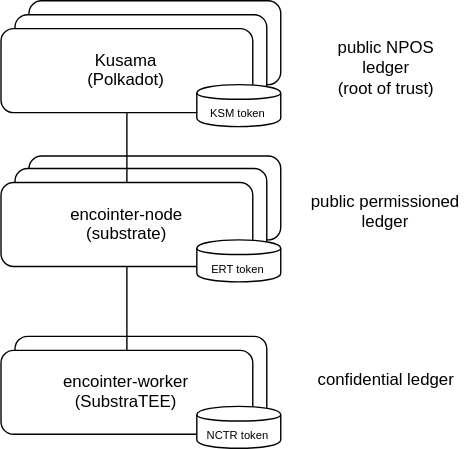
Above: doc/Cantillon-Testnet-Overview.svg in scs/substraTEE-node-pre2.0.0 (draw.io), before the change. Source tidied: cells renumbered, new cells last; positions are measured from the earlier drawing's top-left corner, leaving out a move shared by most shapes.
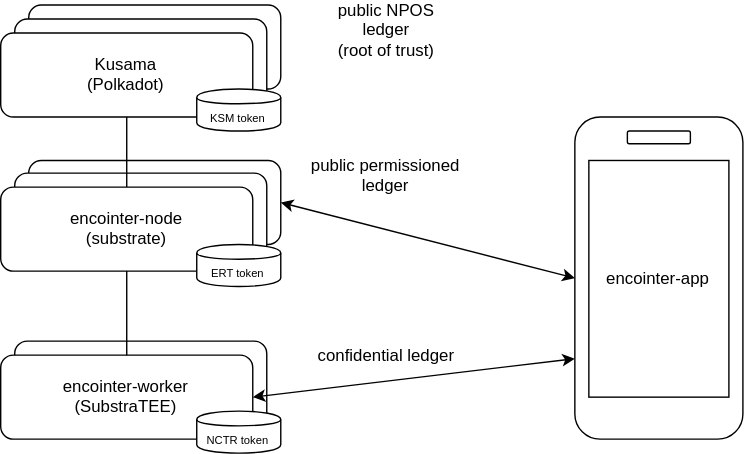
Above is the later version.

Diff of the diagram source:
```diff
@@ -33,10 +33,10 @@
       <mxGeometry x="140" y="290" width="60" height="30" as="geometry" />
     </mxCell>
     <mxCell id="12" value="public permissioned ledger" style="text;html=1;strokeColor=none;fillColor=none;align=center;verticalAlign=middle;whiteSpace=wrap;rounded=0;" parent="1" vertex="1">
-      <mxGeometry x="220" y="140" width="110" height="20" as="geometry" />
+      <mxGeometry x="220" y="111" width="110" height="20" as="geometry" />
     </mxCell>
     <mxCell id="13" value="confidential ledger" style="text;html=1;strokeColor=none;fillColor=none;align=center;verticalAlign=middle;whiteSpace=wrap;rounded=0;" parent="1" vertex="1">
-      <mxGeometry x="220" y="260" width="110" height="20" as="geometry" />
+      <mxGeometry x="220" y="240" width="110" height="20" as="geometry" />
     </mxCell>
     <mxCell id="14" value="&lt;div&gt;Kusama&lt;/div&gt;&lt;div&gt;(Polkadot)&lt;br&gt;&lt;/div&gt;" style="rounded=1;whiteSpace=wrap;html=1;" parent="1" vertex="1">
       <mxGeometry y="20" width="180" height="60" as="geometry" />
@@ -45,10 +45,25 @@
       <mxGeometry relative="1" as="geometry" />
     </mxCell>
     <mxCell id="16" value="&lt;div&gt;public NPOS ledger&lt;/div&gt;&lt;div&gt;(root of trust)&lt;br&gt;&lt;/div&gt;" style="text;html=1;strokeColor=none;fillColor=none;align=center;verticalAlign=middle;whiteSpace=wrap;rounded=0;" parent="1" vertex="1">
-      <mxGeometry x="220" y="30" width="110" height="20" as="geometry" />
+      <mxGeometry x="220" width="110" height="20" as="geometry" />
     </mxCell>
     <mxCell id="17" value="&lt;font style=&quot;font-size: 8px&quot;&gt;KSM token&lt;/font&gt;" style="shape=cylinder;whiteSpace=wrap;html=1;boundedLbl=1;backgroundOutline=1;" parent="1" vertex="1">
       <mxGeometry x="140" y="60" width="60" height="30" as="geometry" />
     </mxCell>
+    <mxCell id="18" style="rounded=1;whiteSpace=wrap;html=1;" parent="1" vertex="1">
+      <mxGeometry x="410" y="80" width="120" height="230" as="geometry" />
+    </mxCell>
+    <mxCell id="19" value="encointer-app" style="rounded=0;whiteSpace=wrap;html=1;" parent="1" vertex="1">
+      <mxGeometry x="420" y="111" width="100" height="169" as="geometry" />
+    </mxCell>
+    <mxCell id="20" style="endArrow=classic;startArrow=classic;html=1;exitX=1;exitY=0.5;exitDx=0;exitDy=0;entryX=0;entryY=0.5;entryDx=0;entryDy=0;" parent="1" edge="1" source="5" target="18">
+      <mxGeometry relative="1" as="geometry" />
+    </mxCell>
+    <mxCell id="21" style="endArrow=classic;startArrow=classic;html=1;entryX=0;entryY=0.75;entryDx=0;entryDy=0;exitX=1;exitY=0.5;exitDx=0;exitDy=0;" parent="1" edge="1" source="8" target="18">
+      <mxGeometry relative="1" as="geometry" />
+    </mxCell>
+    <mxCell id="22" style="rounded=1;whiteSpace=wrap;html=1;" parent="1" vertex="1">
+      <mxGeometry x="447.5" y="90" width="45" height="9" as="geometry" />
+    </mxCell>
   </root>
 </mxGraphModel>
```
